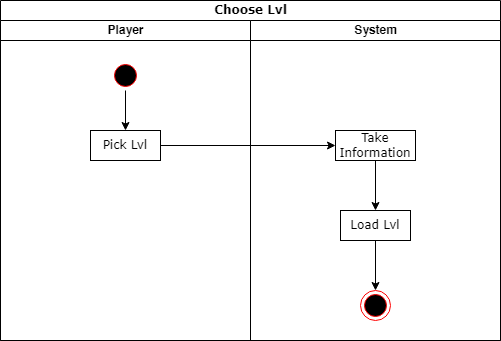
johannfac/A-Lone-Burglar keeps this draw.io diagram as Choose Lvl.drawio.png. Above is the earlier version. Source tidied: cells renumbered, new cells last; positions are measured from the earlier drawing's top-left corner, leaving out a move shared by most shapes.
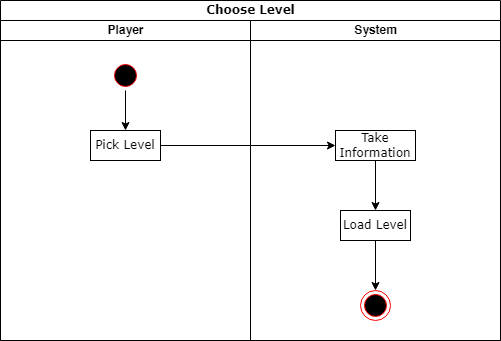
After the change.

The edit, as a diff of the source:
```diff
@@ -2,7 +2,7 @@
   <root>
     <mxCell id="0" />
     <mxCell id="1" parent="0" />
-    <mxCell id="2" value="Choose Lvl" style="swimlane;html=1;startSize=20;rounded=0;shadow=0;comic=0;labelBackgroundColor=none;strokeWidth=1;fontFamily=Verdana;fontSize=12;align=center;" parent="1" vertex="1">
+    <mxCell id="2" value="Choose Level" style="swimlane;html=1;startSize=20;rounded=0;shadow=0;comic=0;labelBackgroundColor=none;strokeWidth=1;fontFamily=Verdana;fontSize=12;align=center;" parent="1" vertex="1">
       <mxGeometry width="500" height="340" as="geometry" />
     </mxCell>
     <mxCell id="3" value="Player" style="swimlane;html=1;startSize=20;" parent="2" vertex="1">
@@ -14,7 +14,7 @@
     <mxCell id="5" style="ellipse;html=1;shape=startState;fillColor=#000000;strokeColor=#ff0000;" parent="3" vertex="1">
       <mxGeometry x="110" y="40" width="30" height="30" as="geometry" />
     </mxCell>
-    <mxCell id="6" value="Pick Lvl" style="rounded=0;whiteSpace=wrap;html=1;shadow=0;comic=0;labelBackgroundColor=none;strokeWidth=1;fontFamily=Verdana;fontSize=12;align=center;arcSize=50;" parent="3" vertex="1">
+    <mxCell id="6" value="Pick Level" style="rounded=0;whiteSpace=wrap;html=1;shadow=0;comic=0;labelBackgroundColor=none;strokeWidth=1;fontFamily=Verdana;fontSize=12;align=center;arcSize=50;" parent="3" vertex="1">
       <mxGeometry x="90" y="110" width="70" height="30" as="geometry" />
     </mxCell>
     <mxCell id="7" value="System" style="swimlane;html=1;startSize=20;" parent="2" vertex="1">
@@ -29,7 +29,7 @@
     <mxCell id="10" style="edgeStyle=orthogonalEdgeStyle;rounded=0;jettySize=auto;html=1;exitX=0.5;exitY=1;exitDx=0;exitDy=0;entryX=0.5;entryY=0;entryDx=0;entryDy=0;" parent="7" edge="1" source="11" target="12">
       <mxGeometry relative="1" as="geometry" />
     </mxCell>
-    <mxCell id="11" value="Load Lvl" style="rounded=0;whiteSpace=wrap;html=1;shadow=0;comic=0;labelBackgroundColor=none;strokeWidth=1;fontFamily=Verdana;fontSize=12;align=center;arcSize=50;" parent="7" vertex="1">
+    <mxCell id="11" value="Load Level" style="rounded=0;whiteSpace=wrap;html=1;shadow=0;comic=0;labelBackgroundColor=none;strokeWidth=1;fontFamily=Verdana;fontSize=12;align=center;arcSize=50;" parent="7" vertex="1">
       <mxGeometry x="90" y="190" width="70" height="30" as="geometry" />
     </mxCell>
     <mxCell id="12" style="ellipse;html=1;shape=endState;fillColor=#000000;strokeColor=#ff0000;" parent="7" vertex="1">
```
